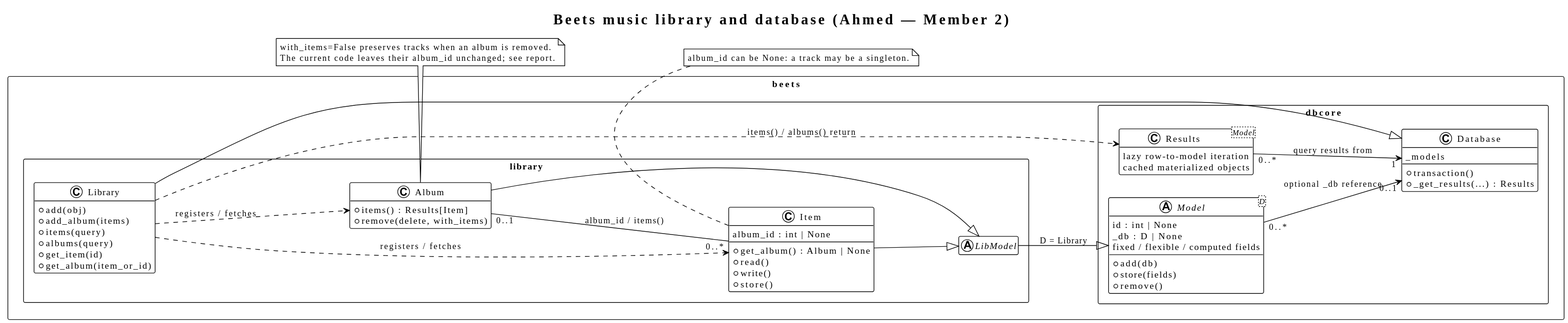
This is assignment1-analysis/ahmed-library-database.svg from uoguelph-engg4450/F26-Group12-beets, a PlantUML export, as it was before one commit. Source of this version:
```plantuml
@startuml
!theme plain
allowmixing
title Beets music library and database (Ahmed — Member 2)
left to right direction
skinparam packageStyle rectangle
hide empty members

package "beets.library" {
  class Library {
    +add(obj)
    +add_album(items)
    +items(query)
    +albums(query)
    +get_item(id)
    +get_album(item_or_id)
  }

  abstract class LibModel

  class Album {
    +items() : Results[Item]
    +remove(delete, with_items)
  }

  class Item {
    album_id : int | None
    +get_album() : Album | None
    +read()
    +write()
    +store()
  }
}

package "beets.dbcore" {
  abstract class "Model<D>" as Model {
    id : int | None
    _db : D | None
    fixed / flexible / computed fields
    +add(db)
    +store(fields)
    +remove()
  }

  class Database {
    _models
    +transaction()
    +_get_results(...) : Results
  }

  class "Results<Model>" as Results {
    lazy row-to-model iteration
    cached materialized objects
  }
}

Library --|> Database
LibModel --|> Model : D = Library
Item --|> LibModel
Album --|> LibModel

Library ..> Item : registers / fetches
Library ..> Album : registers / fetches
Album "0..1" -- "0..*" Item : album_id / items()
Model "0..*" --> "0..1" Database : optional _db reference
Library ..> Results : items() / albums() return
Results "0..*" --> "1" Database : query results from

note bottom of Item
  album_id can be None: a track may be a singleton.
end note

note bottom of Album
  with_items=False preserves tracks when an album is removed.
  The current code leaves their album_id unchanged; see report.
end note
@enduml
```
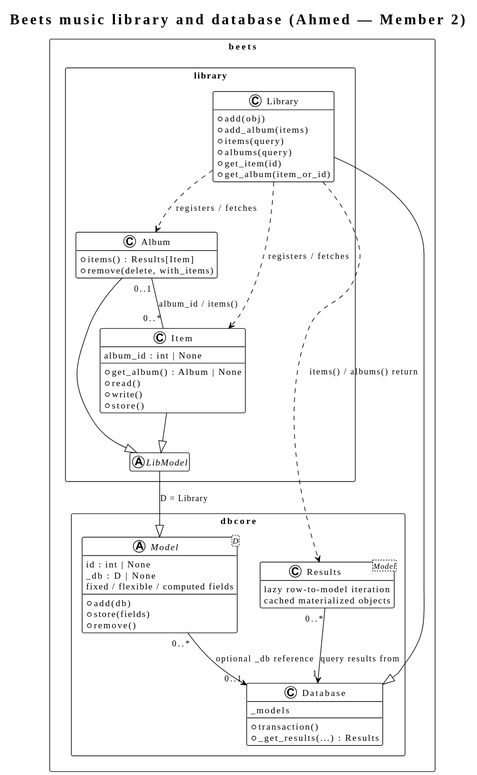
The same diagram one commit later.

Commit message:
adjusted UML class diagram for better fitting in the report

What changed in the source:
```diff
@@ -2,7 +2,7 @@
 !theme plain
 allowmixing
 title Beets music library and database (Ahmed — Member 2)
-left to right direction
+top to bottom direction
 skinparam packageStyle rectangle
 hide empty members
 
@@ -65,13 +65,4 @@
 Model "0..*" --> "0..1" Database : optional _db reference
 Library ..> Results : items() / albums() return
 Results "0..*" --> "1" Database : query results from
-
-note bottom of Item
-  album_id can be None: a track may be a singleton.
-end note
-
-note bottom of Album
-  with_items=False preserves tracks when an album is removed.
-  The current code leaves their album_id unchanged; see report.
-end note
 @enduml
```
